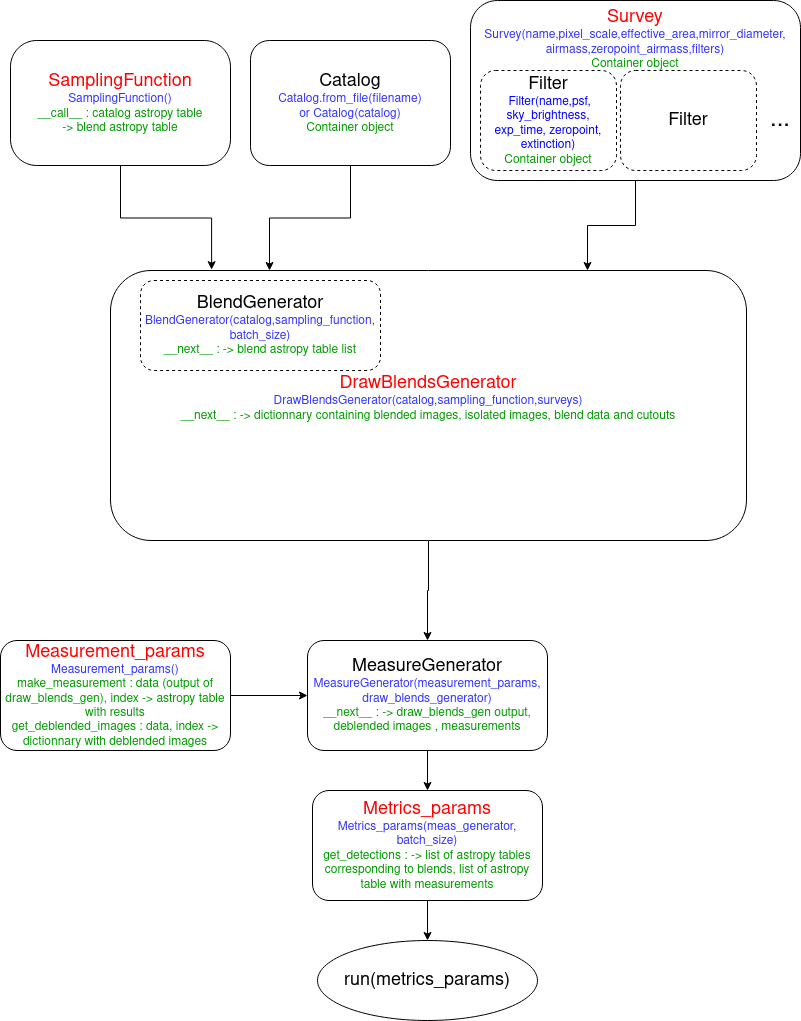
The draw.io diagram docs/source/images/current_flowchart.png in LSSTDESC/BlendingToolKit, before a commit. Source tidied: cells renumbered, new cells last; positions are measured from the earlier drawing's top-left corner, leaving out a move shared by most shapes.
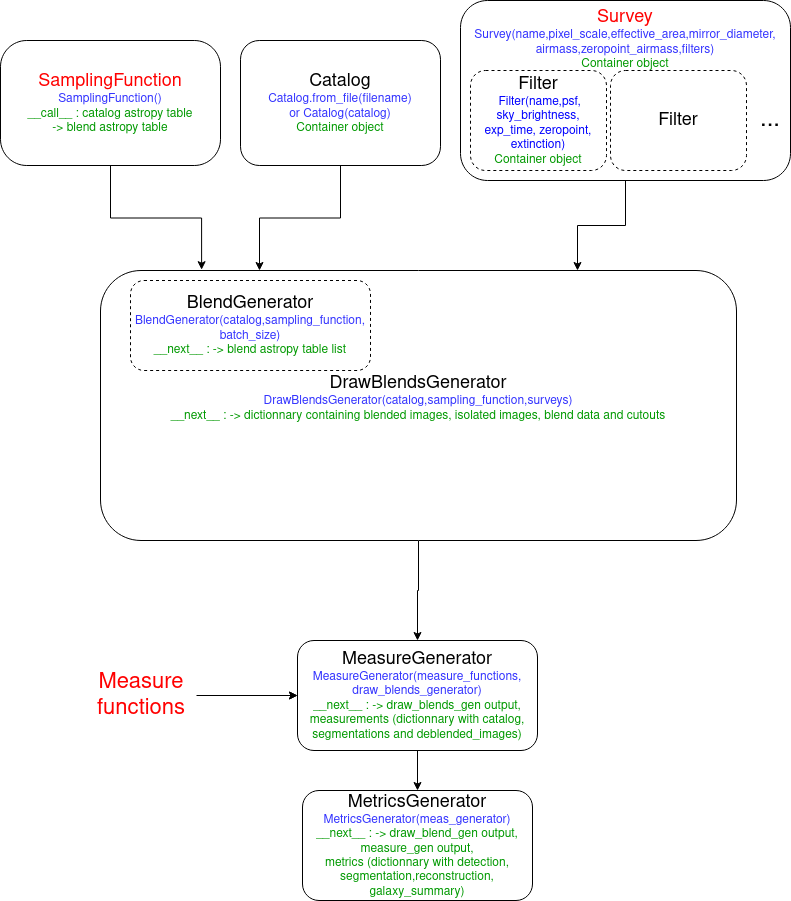
After the change.

Commit message:
Added plot_utils to doc and updated flowchart

The edit, as a diff of the source:
```diff
@@ -20,30 +20,23 @@
     <mxCell id="7" style="edgeStyle=orthogonalEdgeStyle;rounded=0;jettySize=auto;html=1;exitX=0.5;exitY=1;exitDx=0;exitDy=0;" parent="1" edge="1" source="8" target="10">
       <mxGeometry relative="1" as="geometry" />
     </mxCell>
-    <mxCell id="8" value="&lt;div&gt;&lt;font style=&quot;font-size: 18px&quot; color=&quot;#FF0000&quot;&gt;DrawBlendsGenerator&lt;/font&gt;&lt;/div&gt;&lt;div&gt;&lt;font color=&quot;#3333FF&quot;&gt;DrawBlendsGenerator(catalog,sampling_function,surveys)&lt;/font&gt;&lt;/div&gt;&lt;div&gt;&lt;font color=&quot;#3333FF&quot;&gt;&lt;font color=&quot;#009900&quot;&gt;__next__ : -&amp;gt; dictionnary containing blended images, isolated images, blend data and cutouts&lt;/font&gt;&lt;br&gt;&lt;/font&gt;&lt;/div&gt;&lt;div&gt;&lt;font color=&quot;#3333FF&quot;&gt;&lt;br&gt;&lt;/font&gt;&lt;/div&gt;" style="rounded=1;whiteSpace=wrap;html=1;" parent="1" vertex="1">
+    <mxCell id="8" value="&lt;div&gt;&lt;font style=&quot;font-size: 18px&quot;&gt;DrawBlendsGenerator&lt;/font&gt;&lt;/div&gt;&lt;div&gt;&lt;font color=&quot;#3333FF&quot;&gt;DrawBlendsGenerator(catalog,sampling_function,surveys)&lt;/font&gt;&lt;/div&gt;&lt;div&gt;&lt;font color=&quot;#3333FF&quot;&gt;&lt;font color=&quot;#009900&quot;&gt;__next__ : -&amp;gt; dictionnary containing blended images, isolated images, blend data and cutouts&lt;/font&gt;&lt;br&gt;&lt;/font&gt;&lt;/div&gt;&lt;div&gt;&lt;font color=&quot;#3333FF&quot;&gt;&lt;br&gt;&lt;/font&gt;&lt;/div&gt;" style="rounded=1;whiteSpace=wrap;html=1;" parent="1" vertex="1">
       <mxGeometry x="110" y="270" width="636" height="270" as="geometry" />
     </mxCell>
     <mxCell id="9" style="edgeStyle=orthogonalEdgeStyle;rounded=0;jettySize=auto;html=1;exitX=0.5;exitY=1;exitDx=0;exitDy=0;entryX=0.5;entryY=0;entryDx=0;entryDy=0;" parent="1" edge="1" source="10" target="14">
       <mxGeometry relative="1" as="geometry" />
     </mxCell>
-    <mxCell id="10" value="&lt;div&gt;&lt;font style=&quot;font-size: 18px&quot;&gt;MeasureGenerator&lt;/font&gt;&lt;/div&gt;&lt;div&gt;&lt;font style=&quot;font-size: 12px&quot;&gt;&lt;font color=&quot;#3333FF&quot;&gt;MeasureGenerator(measurement_params,&lt;/font&gt;&lt;/font&gt;&lt;/div&gt;&lt;div&gt;&lt;font style=&quot;font-size: 12px&quot;&gt;&lt;font color=&quot;#3333FF&quot;&gt;draw_blends_generator)&lt;/font&gt;&lt;br&gt;&lt;/font&gt;&lt;/div&gt;&lt;div&gt;&lt;font style=&quot;font-size: 12px&quot;&gt;&lt;font color=&quot;#009900&quot;&gt;__next__ : -&amp;gt; draw_blends_gen output&lt;/font&gt;&lt;/font&gt;&lt;font style=&quot;font-size: 12px&quot;&gt;&lt;font color=&quot;#009900&quot;&gt;&lt;font style=&quot;font-size: 12px&quot;&gt;&lt;font color=&quot;#009900&quot;&gt;, deblended images &lt;/font&gt;&lt;/font&gt;, measurements&lt;/font&gt;&lt;br&gt;&lt;/font&gt;&lt;/div&gt;" style="rounded=1;whiteSpace=wrap;html=1;" parent="1" vertex="1">
+    <mxCell id="10" value="&lt;div&gt;&lt;font style=&quot;font-size: 18px&quot;&gt;MeasureGenerator&lt;/font&gt;&lt;/div&gt;&lt;div&gt;&lt;font style=&quot;font-size: 12px&quot;&gt;&lt;font color=&quot;#3333FF&quot;&gt;MeasureGenerator(measure_functions,&lt;/font&gt;&lt;/font&gt;&lt;/div&gt;&lt;div&gt;&lt;font style=&quot;font-size: 12px&quot;&gt;&lt;font color=&quot;#3333FF&quot;&gt;draw_blends_generator)&lt;/font&gt;&lt;br&gt;&lt;/font&gt;&lt;/div&gt;&lt;div&gt;&lt;font style=&quot;font-size: 12px&quot;&gt;&lt;font color=&quot;#009900&quot;&gt;__next__ : -&amp;gt; draw_blends_gen output&lt;/font&gt;&lt;/font&gt;&lt;font style=&quot;font-size: 12px&quot;&gt;&lt;font color=&quot;#009900&quot;&gt;&lt;font style=&quot;font-size: 12px&quot;&gt;&lt;font color=&quot;#009900&quot;&gt;, measurements (dictionnary with catalog, segmentations and deblended_images)&lt;/font&gt;&lt;/font&gt;&lt;/font&gt;&lt;br&gt;&lt;/font&gt;&lt;/div&gt;" style="rounded=1;whiteSpace=wrap;html=1;" parent="1" vertex="1">
       <mxGeometry x="307" y="640" width="240" height="110" as="geometry" />
     </mxCell>
-    <mxCell id="11" style="edgeStyle=orthogonalEdgeStyle;rounded=0;jettySize=auto;html=1;exitX=1;exitY=0.5;exitDx=0;exitDy=0;" parent="1" edge="1" source="12" target="10">
-      <mxGeometry relative="1" as="geometry" />
+    <mxCell id="11" style="edgeStyle=orthogonalEdgeStyle;rounded=0;jettySize=auto;html=1;" parent="1" edge="1" target="10">
+      <mxGeometry relative="1" as="geometry">
+        <mxPoint x="206" y="695" as="sourcePoint" />
+      </mxGeometry>
     </mxCell>
-    <mxCell id="12" value="&lt;div&gt;&lt;font style=&quot;font-size: 18px&quot; color=&quot;#FF0000&quot;&gt;Measurement_params&lt;/font&gt;&lt;/div&gt;&lt;div&gt;&lt;font style=&quot;font-size: 12px&quot; color=&quot;#FF0000&quot;&gt;&lt;font color=&quot;#3333FF&quot;&gt;Measurement_params()&lt;/font&gt;&lt;br&gt;&lt;/font&gt;&lt;/div&gt;&lt;div&gt;&lt;font style=&quot;font-size: 12px&quot; color=&quot;#FF0000&quot;&gt;&lt;font color=&quot;#009900&quot;&gt;make_measurement : data (output of draw_blends_gen), index -&amp;gt; astropy table with results&lt;/font&gt;&lt;br&gt;&lt;/font&gt;&lt;/div&gt;&lt;div&gt;&lt;font style=&quot;font-size: 12px&quot; color=&quot;#FF0000&quot;&gt;&lt;font color=&quot;#009900&quot;&gt;get_deblended_images : data, index -&amp;gt; dictionnary with deblended images&lt;/font&gt;&lt;br&gt;&lt;/font&gt;&lt;/div&gt;" style="rounded=1;whiteSpace=wrap;html=1;" parent="1" vertex="1">
-      <mxGeometry y="640" width="230" height="110" as="geometry" />
-    </mxCell>
-    <mxCell id="13" style="edgeStyle=orthogonalEdgeStyle;rounded=0;jettySize=auto;html=1;exitX=0.5;exitY=1;exitDx=0;exitDy=0;entryX=0.5;entryY=0;entryDx=0;entryDy=0;" parent="1" edge="1" source="14" target="15">
-      <mxGeometry relative="1" as="geometry" />
-    </mxCell>
-    <mxCell id="14" value="&lt;div&gt;&lt;font style=&quot;font-size: 18px&quot; color=&quot;#FF0000&quot;&gt;Metrics_params&lt;/font&gt;&lt;/div&gt;&lt;div&gt;&lt;font color=&quot;#3333FF&quot;&gt;Metrics_params(meas_generator,&lt;/font&gt;&lt;/div&gt;&lt;div&gt;&lt;font color=&quot;#3333FF&quot;&gt;batch_size)&lt;/font&gt;&lt;/div&gt;&lt;div&gt;&lt;font color=&quot;#3333FF&quot;&gt;&lt;font color=&quot;#009900&quot;&gt;get_detections : -&amp;gt; list of astropy tables corresponding to blends, list of astropy table with measurements&lt;/font&gt;&lt;br&gt;&lt;/font&gt;&lt;/div&gt;" style="rounded=1;whiteSpace=wrap;html=1;" parent="1" vertex="1">
+    <mxCell id="14" value="&lt;div&gt;&lt;font style=&quot;font-size: 18px&quot;&gt;MetricsGenerator&lt;/font&gt;&lt;/div&gt;&lt;div&gt;&lt;font color=&quot;#3333FF&quot;&gt;MetricsGenerator(meas_generator)&lt;/font&gt;&lt;/div&gt;&lt;div&gt;&lt;font color=&quot;#3333FF&quot;&gt;&lt;font color=&quot;#009900&quot;&gt;__next__ : -&amp;gt; draw_blend_gen output,&lt;/font&gt;&lt;/font&gt;&lt;/div&gt;&lt;div&gt;&lt;font color=&quot;#3333FF&quot;&gt;&lt;font color=&quot;#009900&quot;&gt;measure_gen output,&lt;/font&gt;&lt;/font&gt;&lt;/div&gt;&lt;div&gt;&lt;font color=&quot;#3333FF&quot;&gt;&lt;font color=&quot;#009900&quot;&gt;metrics (dictionnary with detection, segmentation,reconstruction, galaxy_summary)&lt;/font&gt;&lt;br&gt;&lt;/font&gt;&lt;/div&gt;" style="rounded=1;whiteSpace=wrap;html=1;" parent="1" vertex="1">
       <mxGeometry x="312" y="790" width="230" height="110" as="geometry" />
     </mxCell>
-    <mxCell id="15" value="&lt;font style=&quot;font-size: 18px&quot;&gt;run(metrics_params)&lt;/font&gt;" style="ellipse;whiteSpace=wrap;html=1;" parent="1" vertex="1">
-      <mxGeometry x="317" y="940" width="220" height="80" as="geometry" />
-    </mxCell>
     <mxCell id="16" style="edgeStyle=orthogonalEdgeStyle;rounded=0;jettySize=auto;html=1;entryX=0.75;entryY=0;entryDx=0;entryDy=0;" parent="1" edge="1" source="17" target="8">
       <mxGeometry relative="1" as="geometry" />
     </mxCell>
@@ -62,5 +55,11 @@
     <mxCell id="21" value="&lt;font style=&quot;font-size: 24px&quot;&gt;...&lt;/font&gt;" style="text;html=1;strokeColor=none;fillColor=none;align=center;verticalAlign=middle;whiteSpace=wrap;rounded=0;dashed=1;" parent="1" vertex="1">
       <mxGeometry x="760" y="110" width="40" height="20" as="geometry" />
     </mxCell>
+    <mxCell id="22" style="edgeStyle=orthogonalEdgeStyle;rounded=0;jettySize=auto;html=1;exitX=1;exitY=0.5;exitDx=0;exitDy=0;" parent="1" edge="1" source="23" target="10">
+      <mxGeometry relative="1" as="geometry" />
+    </mxCell>
+    <mxCell id="23" value="&lt;div align=&quot;center&quot;&gt;&lt;font style=&quot;font-size: 22px&quot; color=&quot;#FF0000&quot;&gt;Measure functions&lt;/font&gt;&lt;br&gt;&lt;/div&gt;" style="text;html=1;strokeColor=none;fillColor=none;align=center;verticalAlign=middle;whiteSpace=wrap;rounded=0;" parent="1" vertex="1">
+      <mxGeometry x="86" y="647.5" width="130" height="95" as="geometry" />
+    </mxCell>
   </root>
 </mxGraphModel>
```
